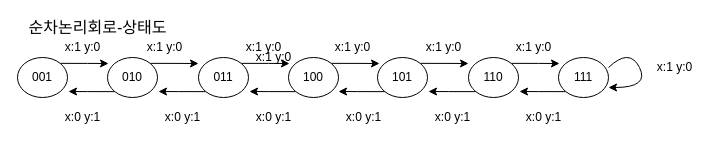
Above: 순차논리회로/3비트 기억소자 설계도.drawio in CherryPichu/Elevator_Controller (draw.io), before the change. Source tidied: cells renumbered, new cells numbered last; positions are measured from the earlier drawing's top-left corner, leaving out a move shared by most shapes. Both pictures are drawn from the tidied source at 100%, with x=0, y=0 at pixel (17, 17).
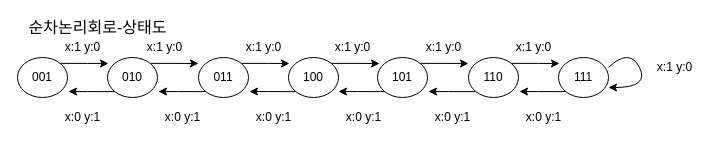
The same diagram, later.

Commit message:
Update 3비트 기억소자 설계도.drawio

The edit, as a diff of the source:
```diff
@@
-    <mxCell id="25" value="x:1 y:0" style="text;html=1;align=center;verticalAlign=middle;fillColor=none;strokeColor=none;rounded=0;shadow=0;sketch=0;" parent="1" vertex="1">
-      <mxGeometry x="231" y="30" width="50" height="20" as="geometry" />
-    </mxCell>
```
